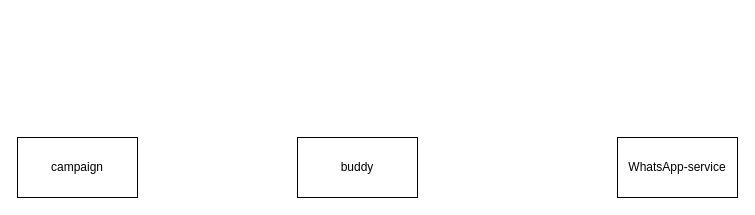
Earlier version of the draw.io diagram buddy/campanha/campanha.drawio (rknnakamura/draw-io-repository). Source tidied: cells renumbered, new cells numbered last; positions are measured from the earlier drawing's top-left corner, leaving out a move shared by most shapes. Both pictures are drawn from the tidied source at 100%, with x=0, y=0 at pixel (17, 137).
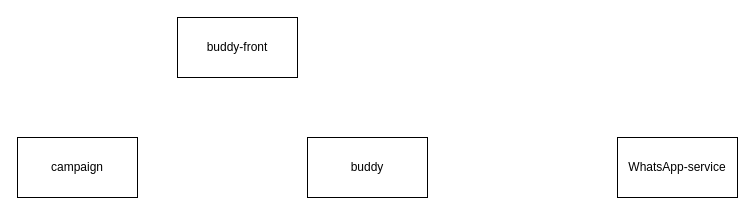
After the change.

Diff of the diagram source:
```diff
@@
 <mxGraphModel>
   <root>
     <mxCell id="0" />
     <mxCell id="1" parent="0" />
     <mxCell id="2" value="buddy" style="rounded=0;whiteSpace=wrap;html=1;" parent="1" vertex="1">
-      <mxGeometry x="280" width="120" height="60" as="geometry" />
+      <mxGeometry x="290" width="120" height="60" as="geometry" />
     </mxCell>
     <mxCell id="3" value="WhatsApp-service" style="rounded=0;whiteSpace=wrap;html=1;" parent="1" vertex="1">
       <mxGeometry x="600" width="120" height="60" as="geometry" />
     </mxCell>
     <mxCell id="4" value="campaign" style="rounded=0;whiteSpace=wrap;html=1;" parent="1" vertex="1">
       <mxGeometry width="120" height="60" as="geometry" />
     </mxCell>
+    <mxCell id="5" value="buddy-front" style="rounded=0;whiteSpace=wrap;html=1;" parent="1" vertex="1">
+      <mxGeometry x="160" y="-120" width="120" height="60" as="geometry" />
+    </mxCell>
   </root>
 </mxGraphModel>
```
